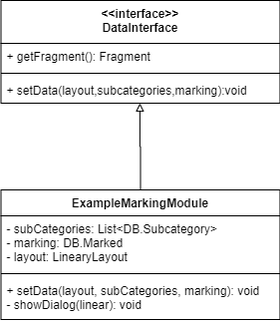
Above: Files/Images/modulClassDiagram.png in AIR-FOI-HR/AIR1913i (draw.io), before the change. Source tidied: cells renumbered, new cells last; positions are measured from the earlier drawing's top-left corner, leaving out a move shared by most shapes.
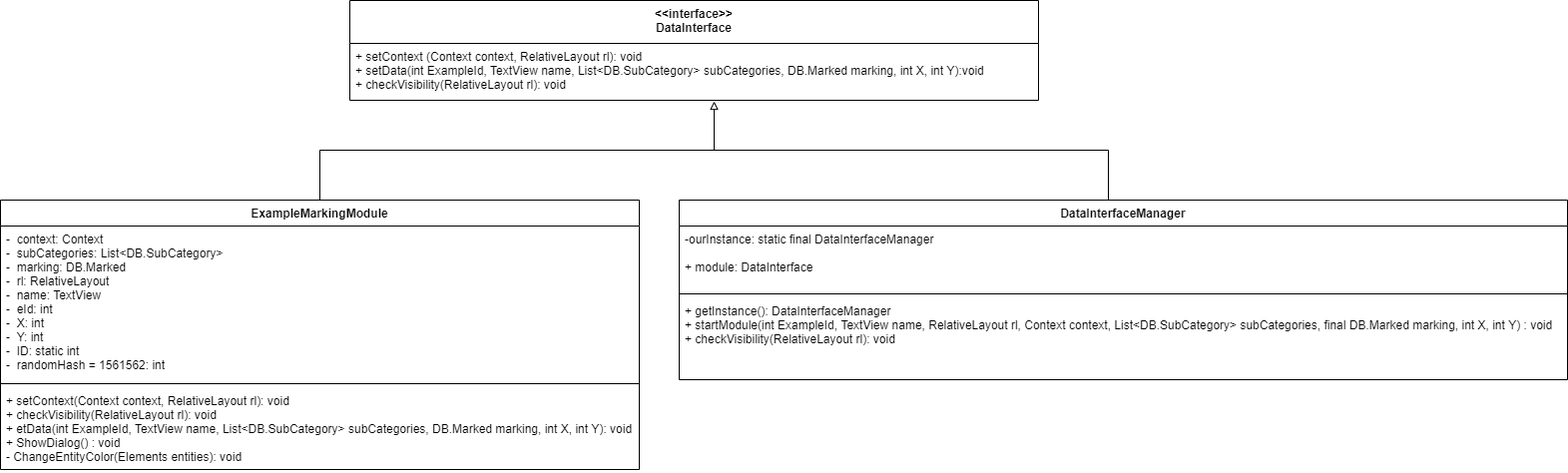
Above is the later version.

Commit message:
novi class dijagram

Change to the diagram source:
```diff
@@ -5,32 +5,50 @@
     <mxCell id="2" style="edgeStyle=orthogonalEdgeStyle;rounded=0;jettySize=auto;html=1;exitX=0.5;exitY=0;exitDx=0;exitDy=0;entryX=0.567;entryY=1.038;entryDx=0;entryDy=0;entryPerimeter=0;strokeColor=none;endArrow=block;endFill=0;" parent="1" edge="1" source="4" target="11">
       <mxGeometry relative="1" as="geometry" />
     </mxCell>
-    <mxCell id="3" style="edgeStyle=orthogonalEdgeStyle;rounded=0;jettySize=auto;html=1;exitX=0.5;exitY=0;exitDx=0;exitDy=0;entryX=0.498;entryY=1;entryDx=0;entryDy=0;entryPerimeter=0;endArrow=block;endFill=0;strokeWidth=1;" parent="1" edge="1" source="4" target="11">
+    <mxCell id="3" style="edgeStyle=orthogonalEdgeStyle;rounded=0;jettySize=auto;html=1;exitX=0.5;exitY=0;exitDx=0;exitDy=0;entryX=0.529;entryY=1.018;entryDx=0;entryDy=0;entryPerimeter=0;endArrow=block;endFill=0;strokeWidth=1;fontSize=11;" parent="1" edge="1" source="4" target="11">
       <mxGeometry relative="1" as="geometry" />
     </mxCell>
     <mxCell id="4" value="ExampleMarkingModule" style="swimlane;fontStyle=1;align=center;verticalAlign=top;horizontal=1;startSize=26;" parent="1" vertex="1">
-      <mxGeometry x="0.5" y="190" width="280" height="130" as="geometry" />
+      <mxGeometry x="-274" y="170" width="640" height="270" as="geometry" />
     </mxCell>
-    <mxCell id="5" value="- subCategories: List&lt;DB.Subcategory&gt;&#10;- marking: DB.Marked&#10;- layout: LinearyLayout" style="text;strokeColor=none;fillColor=none;align=left;verticalAlign=top;spacingLeft=4;spacingRight=4;overflow=hidden;" parent="4" vertex="1">
-      <mxGeometry y="26" width="280" height="54" as="geometry" />
+    <mxCell id="5" value="-  context: Context&#10;-  subCategories: List&lt;DB.SubCategory&gt;&#10;-  marking: DB.Marked&#10;-  rl: RelativeLayout&#10;-  name: TextView&#10;-  eId: int &#10;-  X: int&#10;-  Y: int&#10;-  ID: static int&#10;-  randomHash = 1561562: int" style="text;strokeColor=none;fillColor=none;align=left;verticalAlign=top;spacingLeft=4;spacingRight=4;overflow=hidden;" parent="4" vertex="1">
+      <mxGeometry y="26" width="640" height="154" as="geometry" />
     </mxCell>
     <mxCell id="6" style="line;strokeWidth=1;fillColor=none;align=left;verticalAlign=middle;spacingTop=-1;spacingLeft=3;spacingRight=3;labelPosition=right;" parent="4" vertex="1">
-      <mxGeometry y="80" width="280" height="8" as="geometry" />
+      <mxGeometry y="180" width="640" height="8" as="geometry" />
     </mxCell>
-    <mxCell id="7" value="+ setData(layout, subCategories, marking): void&#10;- showDialog(linear): void" style="text;strokeColor=none;fillColor=none;align=left;verticalAlign=top;spacingLeft=4;spacingRight=4;overflow=hidden;" parent="4" vertex="1">
-      <mxGeometry y="88" width="280" height="42" as="geometry" />
+    <mxCell id="7" value="+ setContext(Context context, RelativeLayout rl): void&#10;+ checkVisibility(RelativeLayout rl): void&#10;+ etData(int ExampleId, TextView name, List&lt;DB.SubCategory&gt; subCategories, DB.Marked marking, int X, int Y): void&#10;+ ShowDialog() : void&#10;- ChangeEntityColor(Elements entities): void&#10;" style="text;strokeColor=none;fillColor=none;align=left;verticalAlign=top;spacingLeft=4;spacingRight=4;overflow=hidden;" parent="4" vertex="1">
+      <mxGeometry y="188" width="640" height="82" as="geometry" />
     </mxCell>
+    <mxCell id="12" value="DataInterfaceManager" style="swimlane;fontStyle=1;align=center;verticalAlign=top;horizontal=1;startSize=26;" parent="1" vertex="1">
+      <mxGeometry x="406" y="170" width="890" height="180" as="geometry" />
+    </mxCell>
+    <mxCell id="13" value="-ourInstance: static final DataInterfaceManager&#10;&#10;+ module: DataInterface" style="text;strokeColor=none;fillColor=none;align=left;verticalAlign=top;spacingLeft=4;spacingRight=4;overflow=hidden;" parent="12" vertex="1">
+      <mxGeometry y="26" width="890" height="64" as="geometry" />
+    </mxCell>
+    <mxCell id="14" style="line;strokeWidth=1;fillColor=none;align=left;verticalAlign=middle;spacingTop=-1;spacingLeft=3;spacingRight=3;labelPosition=right;" parent="12" vertex="1">
+      <mxGeometry y="90" width="890" height="8" as="geometry" />
+    </mxCell>
+    <mxCell id="15" value="+ getInstance(): DataInterfaceManager&#10;+ startModule(int ExampleId, TextView name, RelativeLayout rl, Context context, List&lt;DB.SubCategory&gt; subCategories, final DB.Marked marking, int X, int Y) : void&#10;+ checkVisibility(RelativeLayout rl): void" style="text;strokeColor=none;fillColor=none;align=left;verticalAlign=top;spacingLeft=4;spacingRight=4;overflow=hidden;" parent="12" vertex="1">
+      <mxGeometry y="98" width="890" height="82" as="geometry" />
+    </mxCell>
     <mxCell id="8" value="&lt;&lt;interface&gt;&gt;&#10;DataInterface" style="swimlane;fontStyle=1;align=center;verticalAlign=top;horizontal=1;startSize=43;" parent="1" vertex="1">
-      <mxGeometry x="0.5" width="280" height="103" as="geometry" />
+      <mxGeometry x="76" y="-30" width="690" height="100" as="geometry" />
     </mxCell>
-    <mxCell id="9" value="+ getFragment(): Fragment" style="text;strokeColor=none;fillColor=none;align=left;verticalAlign=top;spacingLeft=4;spacingRight=4;overflow=hidden;" parent="8" vertex="1">
-      <mxGeometry y="43" width="280" height="26" as="geometry" />
-    </mxCell>
-    <mxCell id="10" style="line;strokeWidth=1;fillColor=none;align=left;verticalAlign=middle;spacingTop=-1;spacingLeft=3;spacingRight=3;labelPosition=right;" parent="8" vertex="1">
-      <mxGeometry y="69" width="280" height="8" as="geometry" />
-    </mxCell>
-    <mxCell id="11" value="+ setData(layout,subcategories,marking):void" style="text;strokeColor=none;fillColor=none;align=left;verticalAlign=top;spacingLeft=4;spacingRight=4;overflow=hidden;points=[[0,0.5],[1,0.5]];portConstraint=eastwest;" parent="8" vertex="1">
-      <mxGeometry y="77" width="280" height="26" as="geometry" />
+    <mxCell id="11" value="+ setContext (Context context, RelativeLayout rl): void&#10;+ setData(int ExampleId, TextView name, List&lt;DB.SubCategory&gt; subCategories, DB.Marked marking, int X, int Y):void&#10;+ checkVisibility(RelativeLayout rl): void" style="text;strokeColor=none;fillColor=none;align=left;verticalAlign=top;spacingLeft=4;spacingRight=4;overflow=hidden;points=[[0,0.5],[1,0.5]];portConstraint=eastwest;" parent="8" vertex="1">
+      <mxGeometry y="43" width="690" height="57" as="geometry" />
     </mxCell>
+    <mxCell id="16" style="endArrow=none;html=1;strokeWidth=1;fontSize=11;" parent="1" edge="1">
+      <mxGeometry relative="1" as="geometry">
+        <mxPoint x="436" y="120" as="sourcePoint" />
+        <mxPoint x="836" y="120" as="targetPoint" />
+      </mxGeometry>
+    </mxCell>
+    <mxCell id="17" style="endArrow=none;html=1;strokeWidth=1;fontSize=11;" parent="1" edge="1">
+      <mxGeometry relative="1" as="geometry">
+        <mxPoint x="836" y="170" as="sourcePoint" />
+        <mxPoint x="836" y="120" as="targetPoint" />
+      </mxGeometry>
+    </mxCell>
   </root>
 </mxGraphModel>
```
